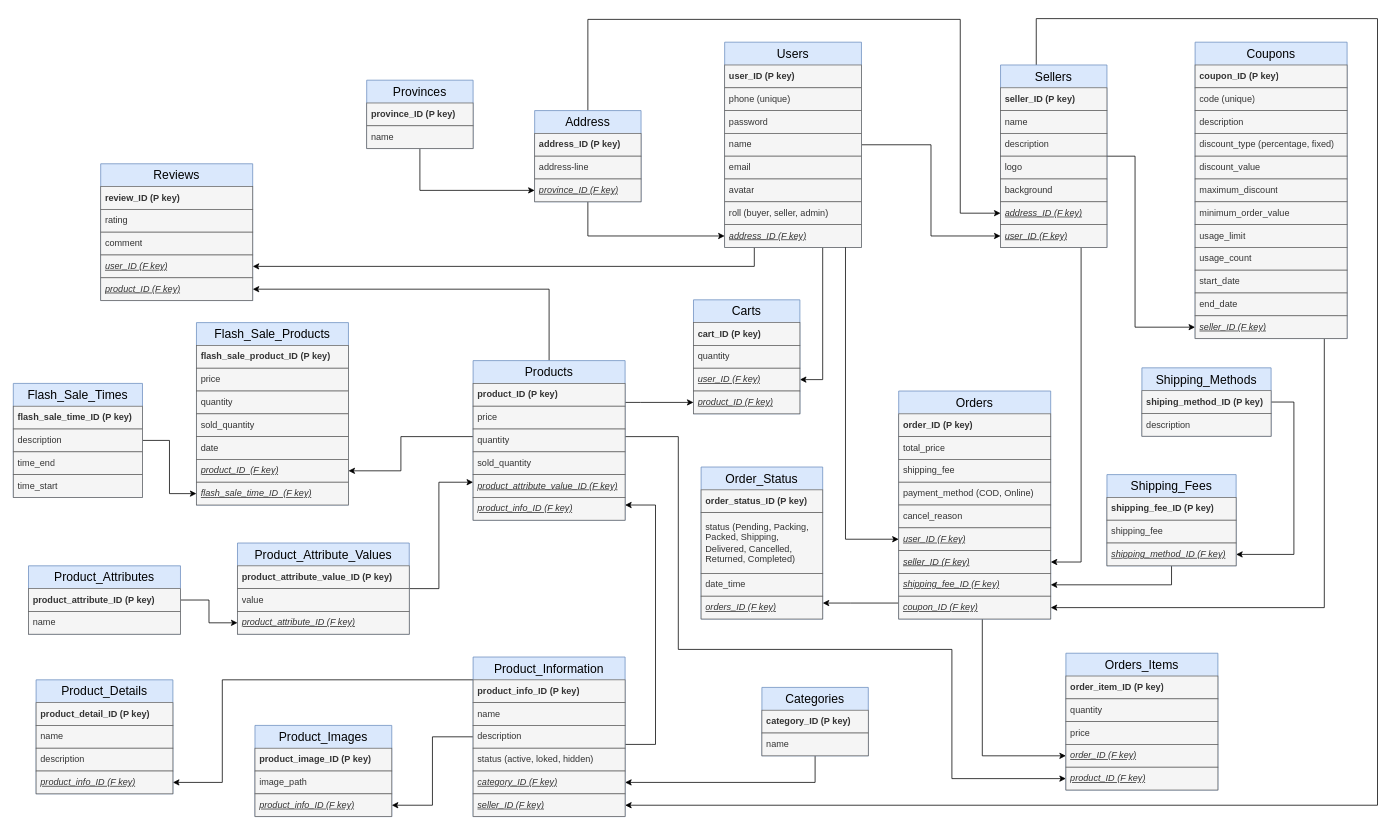
The draw.io diagram document/database.drawio in thanhba0505/shoplands, before the edit. Source tidied: cells renumbered, new cells numbered last; positions are measured from the earlier drawing's top-left corner, leaving out a move shared by most shapes. Both pictures are drawn from the tidied source at 76%, with x=0, y=0 at pixel (13, 18).
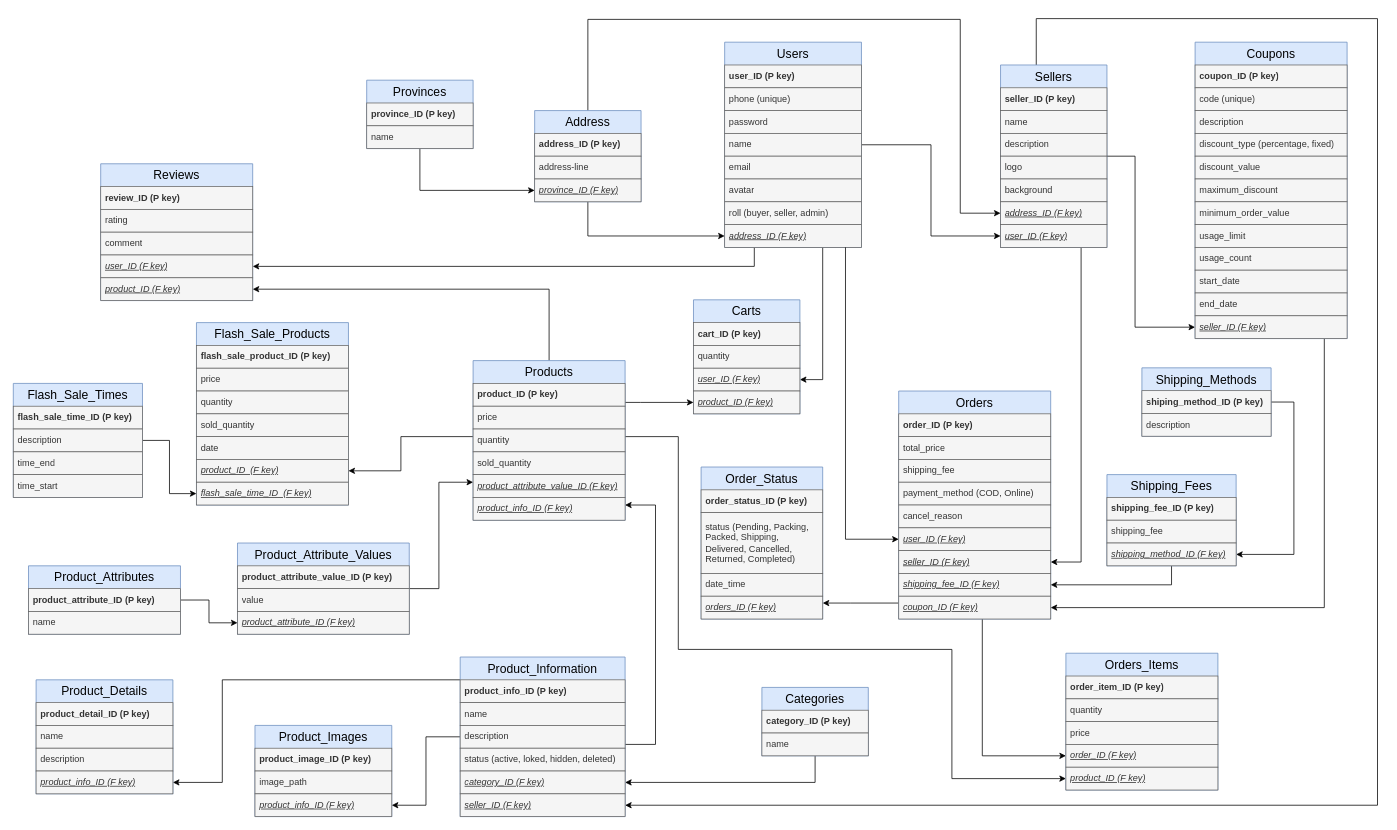
The same page after the edit.

The edit, as a diff of the source:
```diff
@@
     <mxCell id="124" value="Product_Information" style="swimlane;fontStyle=0;horizontal=1;startSize=30;whiteSpace=wrap;html=1;fillColor=#dae8fc;strokeColor=#6c8ebf;fontSize=16;swimlaneLine=0;" parent="1" vertex="1">
-      <mxGeometry x="605" y="840" width="200" height="210" as="geometry" />
+      <mxGeometry x="588" y="840" width="217" height="210" as="geometry" />
     </mxCell>
     <mxCell id="125" value="product_info_ID (P key)" style="text;strokeColor=#666666;fillColor=#f5f5f5;align=left;verticalAlign=middle;spacingLeft=4;spacingRight=4;overflow=hidden;whiteSpace=wrap;html=1;fontStyle=1;horizontal=1;fontColor=#333333;swimlaneLine=0;" parent="124" vertex="1">
-      <mxGeometry y="30" width="200" height="30" as="geometry" />
+      <mxGeometry y="30" width="217" height="30" as="geometry" />
     </mxCell>
     <mxCell id="126" value="name" style="text;strokeColor=#666666;fillColor=#f5f5f5;align=left;verticalAlign=middle;spacingLeft=4;spacingRight=4;overflow=hidden;whiteSpace=wrap;html=1;fontColor=#333333;swimlaneLine=0;" parent="124" vertex="1">
-      <mxGeometry y="60" width="200" height="30" as="geometry" />
+      <mxGeometry y="60" width="217" height="30" as="geometry" />
     </mxCell>
     <mxCell id="127" value="description" style="text;strokeColor=#666666;fillColor=#f5f5f5;align=left;verticalAlign=middle;spacingLeft=4;spacingRight=4;overflow=hidden;whiteSpace=wrap;html=1;fontColor=#333333;swimlaneLine=0;" parent="124" vertex="1">
-      <mxGeometry y="90" width="200" height="30" as="geometry" />
+      <mxGeometry y="90" width="217" height="30" as="geometry" />
     </mxCell>
-    <mxCell id="128" value="status (active, loked, hidden)" style="text;strokeColor=#666666;fillColor=#f5f5f5;align=left;verticalAlign=middle;spacingLeft=4;spacingRight=4;overflow=hidden;whiteSpace=wrap;html=1;fontColor=#333333;swimlaneLine=0;" parent="124" vertex="1">
-      <mxGeometry y="120" width="200" height="30" as="geometry" />
+    <mxCell id="128" value="status (active, loked, hidden, deleted)" style="text;strokeColor=#666666;fillColor=#f5f5f5;align=left;verticalAlign=middle;spacingLeft=4;spacingRight=4;overflow=hidden;whiteSpace=wrap;html=1;fontColor=#333333;swimlaneLine=0;" parent="124" vertex="1">
+      <mxGeometry y="120" width="217" height="30" as="geometry" />
     </mxCell>
     <mxCell id="129" value="category_ID (F key)" style="text;strokeColor=#666666;fillColor=#f5f5f5;align=left;verticalAlign=middle;spacingLeft=4;spacingRight=4;overflow=hidden;points=[[0,0.5],[1,0.5]];portConstraint=eastwest;whiteSpace=wrap;html=1;fontColor=#333333;fontStyle=6;swimlaneLine=0;" parent="124" vertex="1">
-      <mxGeometry y="150" width="200" height="30" as="geometry" />
+      <mxGeometry y="150" width="217" height="30" as="geometry" />
     </mxCell>
     <mxCell id="130" value="seller_ID (F key)" style="text;strokeColor=#666666;fillColor=#f5f5f5;align=left;verticalAlign=middle;spacingLeft=4;spacingRight=4;overflow=hidden;points=[[0,0.5],[1,0.5]];portConstraint=eastwest;whiteSpace=wrap;html=1;fontColor=#333333;fontStyle=6;swimlaneLine=0;" parent="124" vertex="1">
-      <mxGeometry y="180" width="200" height="30" as="geometry" />
+      <mxGeometry y="180" width="217" height="30" as="geometry" />
     </mxCell>
```
